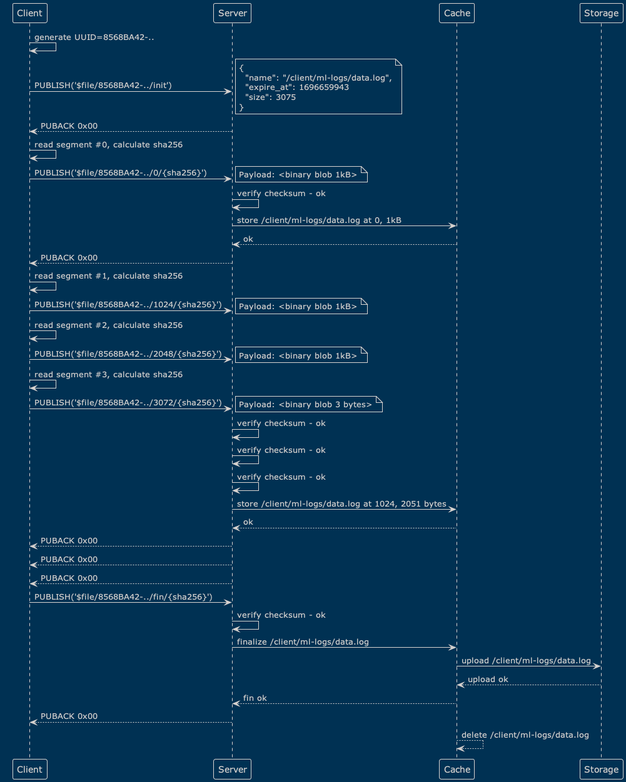
The PlantUML diagram active/0021-assets/flow-happy-path.png in emqx/eip, before a commit.
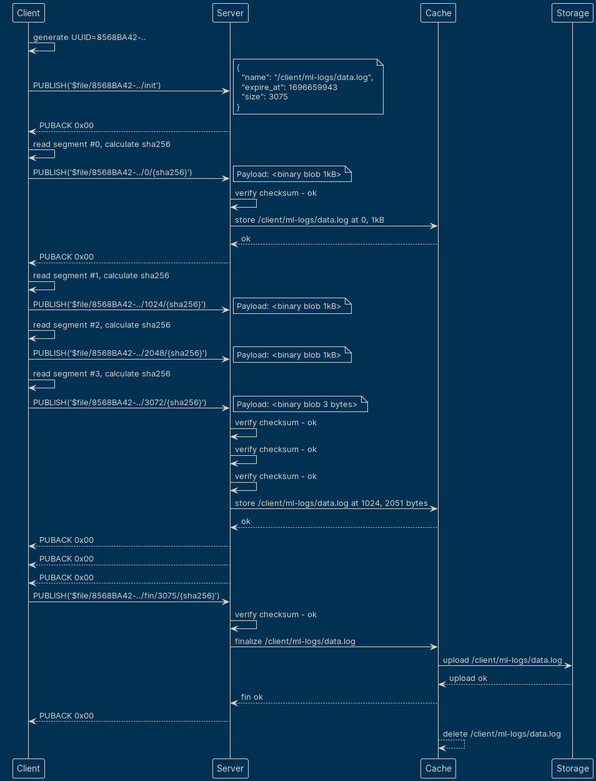
Above is the later version.

The edit, as a diff of the source:
```diff
@@ -42,7 +42,7 @@
 Server --> Client: PUBACK 0x00
 Server --> Client: PUBACK 0x00
 Server --> Client: PUBACK 0x00
-Client -> Server: PUBLISH('$file/8568BA42-../fin/{sha256}')
+Client -> Server: PUBLISH('$file/8568BA42-../fin/3075/{sha256}')
 Server -> Server: verify checksum - ok
 Server -> Cache: finalize /client/ml-logs/data.log
 Cache -> Storage: upload /client/ml-logs/data.log
```
